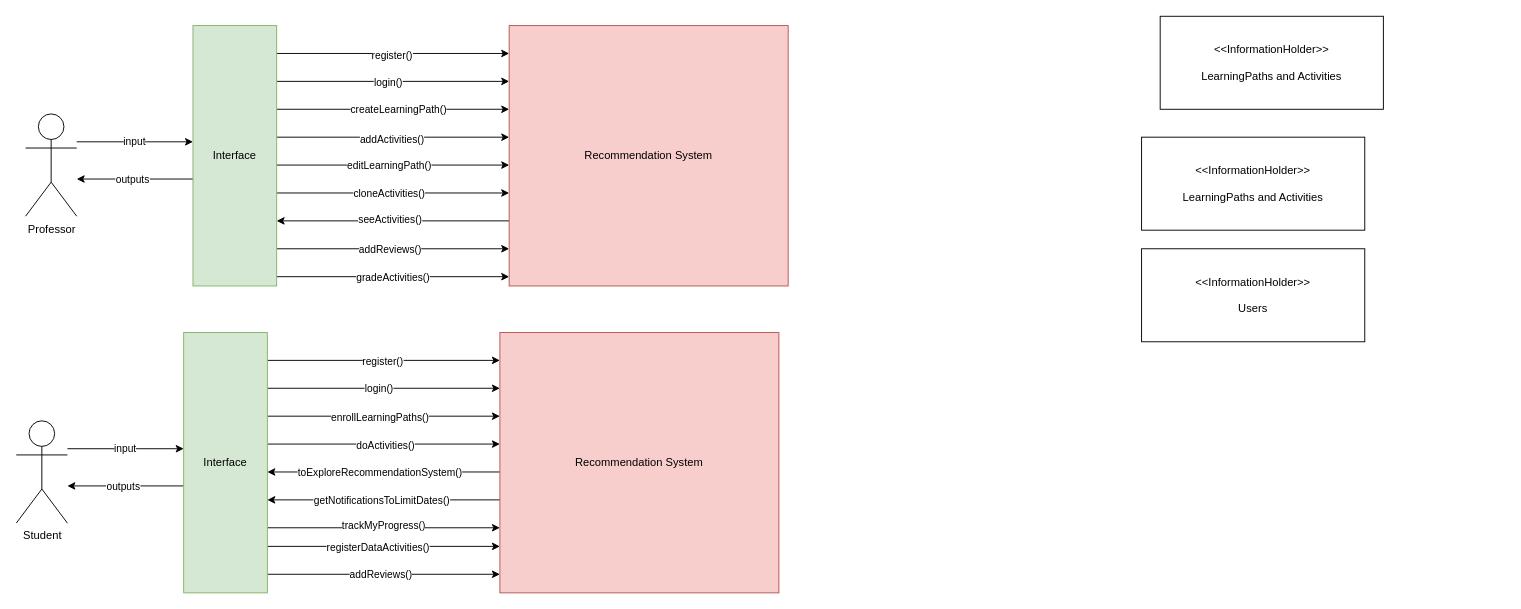
The draw.io diagram sprint-1/task-2/fr-diagrams.drawio in DPO-20242-SEC06/Project-OOPD, before the edit. Source tidied: cells renumbered, new cells numbered last; positions are measured from the earlier drawing's top-left corner, leaving out a move shared by most shapes. Both pictures are drawn from the tidied source at 93%, with x=0, y=0 at pixel (16, 16).
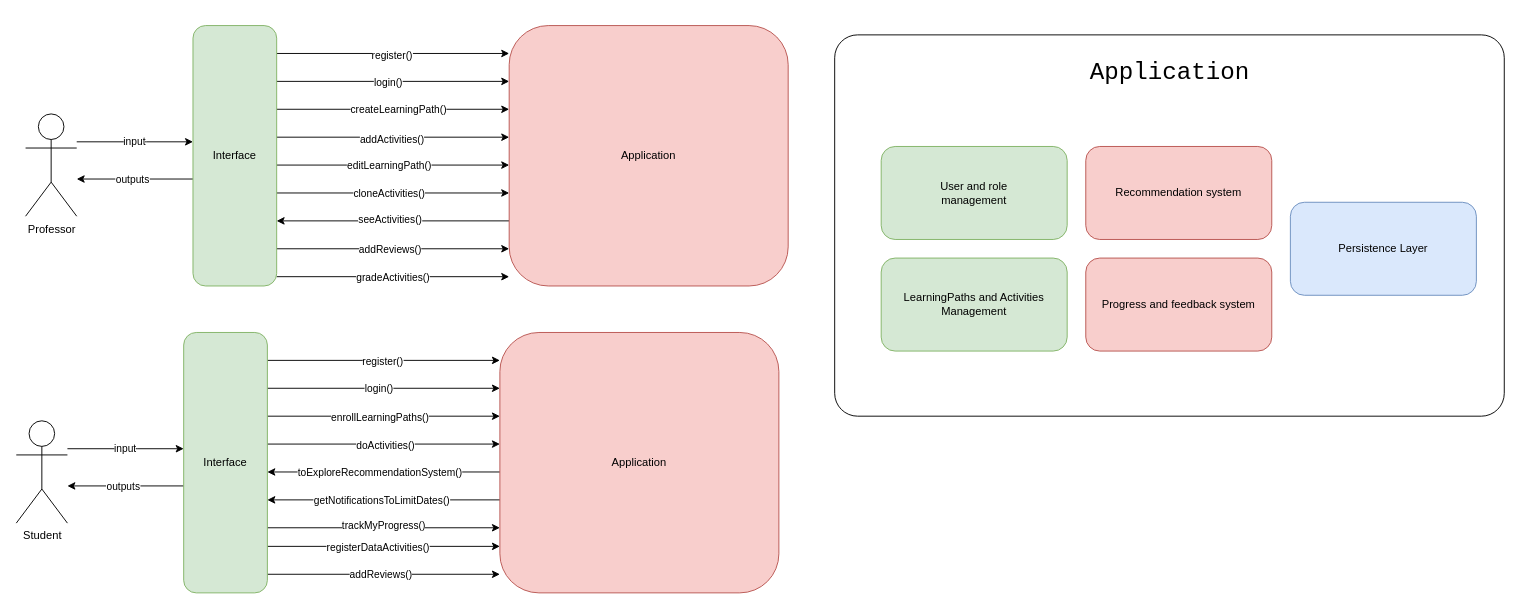
Above is the later version.

The edit, as a diff of the source:
```diff
@@
-    <mxCell id="23" value="Interface" style="rounded=0;whiteSpace=wrap;html=1;fillColor=#d5e8d4;strokeColor=#82b366;" parent="1" vertex="1">
+    <mxCell id="23" value="Interface" style="rounded=1;whiteSpace=wrap;html=1;fillColor=#d5e8d4;strokeColor=#82b366;" parent="1" vertex="1">
       <mxGeometry x="190" y="10" width="90" height="280" as="geometry" />
     </mxCell>
@@
-    <mxCell id="26" value="Recommendation System" style="rounded=0;whiteSpace=wrap;html=1;fillColor=#f8cecc;strokeColor=#b85450;" parent="1" vertex="1">
+    <mxCell id="26" value="Application" style="rounded=1;whiteSpace=wrap;html=1;fillColor=#f8cecc;strokeColor=#b85450;" parent="1" vertex="1">
       <mxGeometry x="530" y="10" width="300" height="280" as="geometry" />
     </mxCell>
-    <mxCell id="27" value="&lt;div&gt;&amp;lt;&amp;lt;InformationHolder&amp;gt;&amp;gt;&lt;/div&gt;&lt;div&gt;&lt;br&gt;&lt;/div&gt;&lt;div&gt;LearningPaths and Activities&lt;br&gt;&lt;/div&gt;" style="rounded=0;whiteSpace=wrap;html=1;" parent="1" vertex="1">
-      <mxGeometry x="1230" width="240" height="100" as="geometry" />
-    </mxCell>
-    <mxCell id="28" value="&lt;div&gt;&amp;lt;&amp;lt;InformationHolder&amp;gt;&amp;gt;&lt;/div&gt;&lt;div&gt;&lt;br&gt;&lt;/div&gt;&lt;div&gt;Users&lt;br&gt;&lt;/div&gt;" style="rounded=0;whiteSpace=wrap;html=1;" parent="1" vertex="1">
-      <mxGeometry x="1210" y="250" width="240" height="100" as="geometry" />
-    </mxCell>
-    <mxCell id="29" value="&lt;div&gt;&amp;lt;&amp;lt;InformationHolder&amp;gt;&amp;gt;&lt;/div&gt;&lt;div&gt;&lt;br&gt;&lt;/div&gt;&lt;div&gt;LearningPaths and Activities&lt;br&gt;&lt;/div&gt;" style="rounded=0;whiteSpace=wrap;html=1;" parent="1" vertex="1">
-      <mxGeometry x="1210" y="130" width="240" height="100" as="geometry" />
-    </mxCell>
@@
-    <mxCell id="49" value="Interface" style="rounded=0;whiteSpace=wrap;html=1;fillColor=#d5e8d4;strokeColor=#82b366;" parent="1" vertex="1">
+    <mxCell id="49" value="Interface" style="rounded=1;whiteSpace=wrap;html=1;fillColor=#d5e8d4;strokeColor=#82b366;" parent="1" vertex="1">
       <mxGeometry x="180" y="340" width="90" height="280" as="geometry" />
     </mxCell>
@@
-    <mxCell id="54" value="Recommendation System" style="rounded=0;whiteSpace=wrap;html=1;fillColor=#f8cecc;strokeColor=#b85450;" parent="1" vertex="1">
+    <mxCell id="54" value="Application" style="rounded=1;whiteSpace=wrap;html=1;fillColor=#f8cecc;strokeColor=#b85450;" parent="1" vertex="1">
       <mxGeometry x="520" y="340" width="300" height="280" as="geometry" />
     </mxCell>
+    <mxCell id="55" style="rounded=1;whiteSpace=wrap;html=1;arcSize=6;" parent="1" vertex="1">
+      <mxGeometry x="880" y="20" width="720" height="410" as="geometry" />
+    </mxCell>
+    <mxCell id="56" value="&lt;font style=&quot;font-size: 26px;&quot; face=&quot;Courier New&quot;&gt;Application&lt;/font&gt;" style="text;html=1;align=center;verticalAlign=middle;strokeColor=none;fillColor=none;fontSize=26;" parent="1" vertex="1">
+      <mxGeometry x="1140" y="35" width="200" height="50" as="geometry" />
+    </mxCell>
+    <mxCell id="57" value="&lt;div&gt;User and role&lt;/div&gt;&lt;div&gt;management&lt;br&gt; &lt;/div&gt;" style="rounded=1;whiteSpace=wrap;html=1;fillColor=#d5e8d4;strokeColor=#82b366;" parent="1" vertex="1">
+      <mxGeometry x="930" y="140" width="200" height="100" as="geometry" />
+    </mxCell>
+    <mxCell id="58" value="LearningPaths and Activities Management" style="rounded=1;whiteSpace=wrap;html=1;fillColor=#d5e8d4;strokeColor=#82b366;" parent="1" vertex="1">
+      <mxGeometry x="930" y="260" width="200" height="100" as="geometry" />
+    </mxCell>
+    <mxCell id="59" value="Progress and feedback system" style="rounded=1;whiteSpace=wrap;html=1;fillColor=#f8cecc;strokeColor=#b85450;" parent="1" vertex="1">
+      <mxGeometry x="1150" y="260" width="200" height="100" as="geometry" />
+    </mxCell>
+    <mxCell id="60" value="Recommendation system  " style="rounded=1;whiteSpace=wrap;html=1;fillColor=#f8cecc;strokeColor=#b85450;" parent="1" vertex="1">
+      <mxGeometry x="1150" y="140" width="200" height="100" as="geometry" />
+    </mxCell>
+    <mxCell id="61" value="Persistence Layer" style="rounded=1;whiteSpace=wrap;html=1;fillColor=#dae8fc;strokeColor=#6c8ebf;" parent="1" vertex="1">
+      <mxGeometry x="1370" y="200" width="200" height="100" as="geometry" />
+    </mxCell>
```
